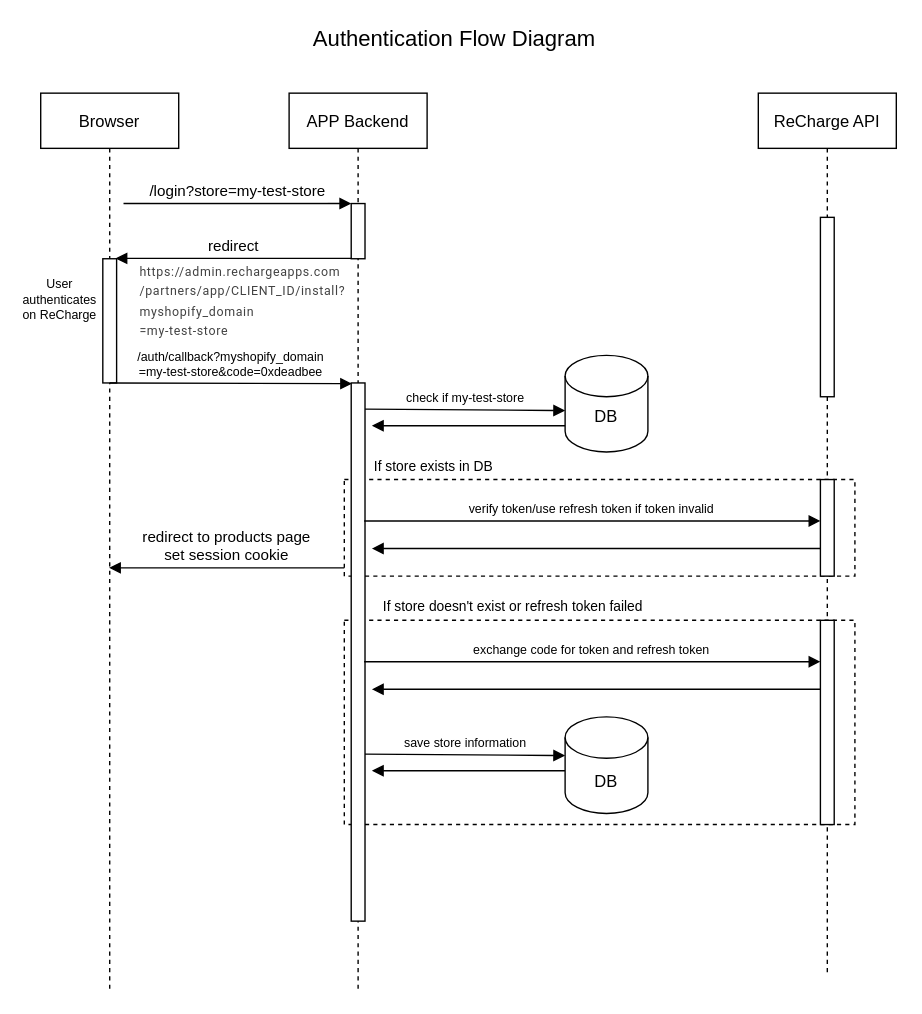
Before: PIM Authentication Flow.drawio in alexrsunrise/diagrams, a draw.io diagram. Source tidied: cells renumbered, new cells numbered last; positions are measured from the earlier drawing's top-left corner, leaving out a move shared by most shapes. Both pictures are drawn from the tidied source at 138%, with x=0, y=0 at pixel (32, 23).
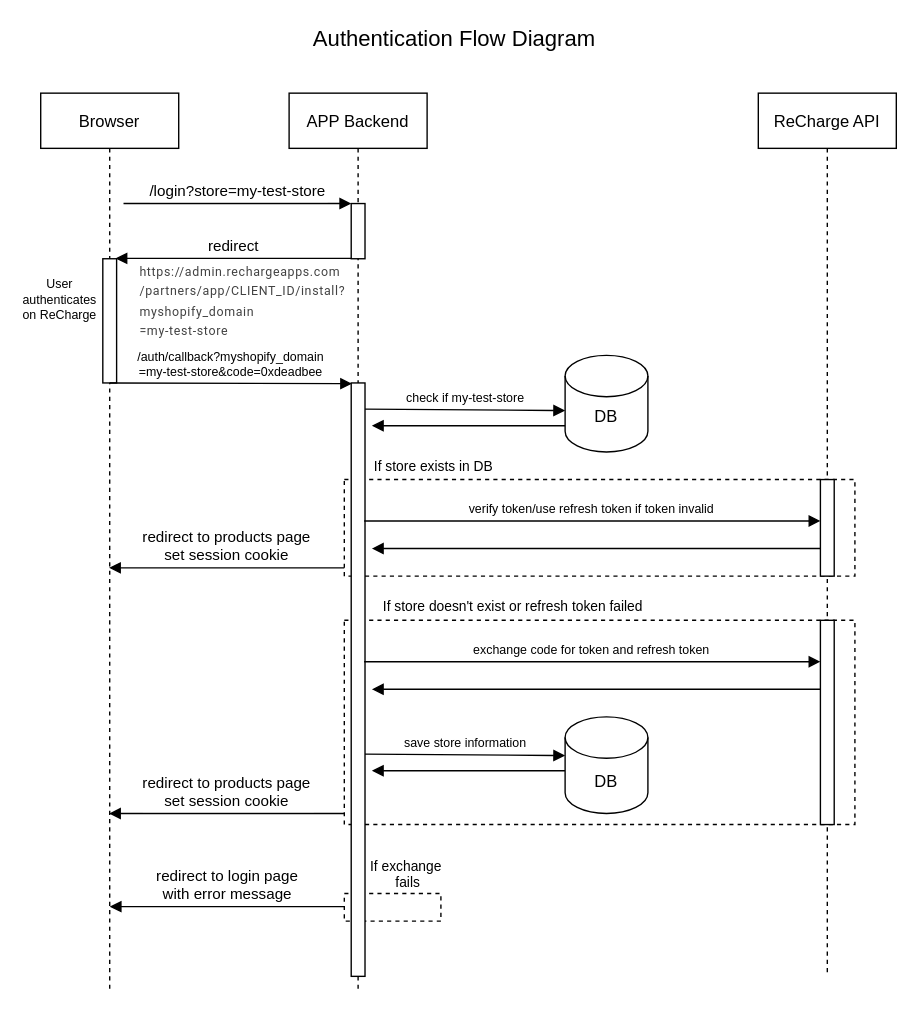
The same diagram, later.

Unchanged cells that the change refers to:
```xml
<mxCell id="11" value="ReCharge API" style="shape=umlLifeline;perimeter=lifelinePerimeter;rounded=0;shadow=0;strokeWidth=1;" parent="1" vertex="1">
  <mxGeometry x="526" y="50" width="100" height="640" as="geometry" />
</mxCell>
```

What changed in the source:
```diff
@@
+    <mxCell id="35" style="rounded=0;whiteSpace=wrap;html=1;dashed=1;fontSize=9;" parent="1" vertex="1">
+      <mxGeometry x="226" y="630" width="70" height="20" as="geometry" />
+    </mxCell>
@@
-    <mxCell id="12" style="perimeter=orthogonalPerimeter;rounded=0;shadow=0;strokeWidth=1;" parent="11" vertex="1">
-      <mxGeometry x="45" y="90" width="10" height="130" as="geometry" />
-    </mxCell>
@@
     <mxCell id="17" style="perimeter=orthogonalPerimeter;rounded=0;shadow=0;strokeWidth=1;" parent="1" vertex="1">
-      <mxGeometry x="231" y="260" width="10" height="390" as="geometry" />
+      <mxGeometry x="231" y="260" width="10" height="430" as="geometry" />
     </mxCell>
@@
+    <mxCell id="36" value="redirect to products page&#10;set session cookie" style="verticalAlign=bottom;endArrow=block;shadow=0;strokeWidth=1;" parent="1" edge="1">
+      <mxGeometry relative="1" as="geometry">
+        <mxPoint x="226" y="572" as="sourcePoint" />
+        <mxPoint x="55.5" y="572" as="targetPoint" />
+      </mxGeometry>
+    </mxCell>
+    <mxCell id="37" value="&lt;font size=&quot;1&quot;&gt;If exchange&lt;br&gt;&amp;nbsp;fails&lt;/font&gt;" style="text;html=1;strokeColor=none;fillColor=none;align=center;verticalAlign=middle;whiteSpace=wrap;rounded=0;dashed=1;fontSize=9;" parent="1" vertex="1">
+      <mxGeometry x="241" y="606" width="60" height="20" as="geometry" />
+    </mxCell>
+    <mxCell id="38" value="redirect to login page&#10;with error message" style="verticalAlign=bottom;endArrow=block;shadow=0;strokeWidth=1;" parent="1" edge="1">
+      <mxGeometry relative="1" as="geometry">
+        <mxPoint x="226.5" y="639.5" as="sourcePoint" />
+        <mxPoint x="56" y="639.5" as="targetPoint" />
+      </mxGeometry>
+    </mxCell>
```
